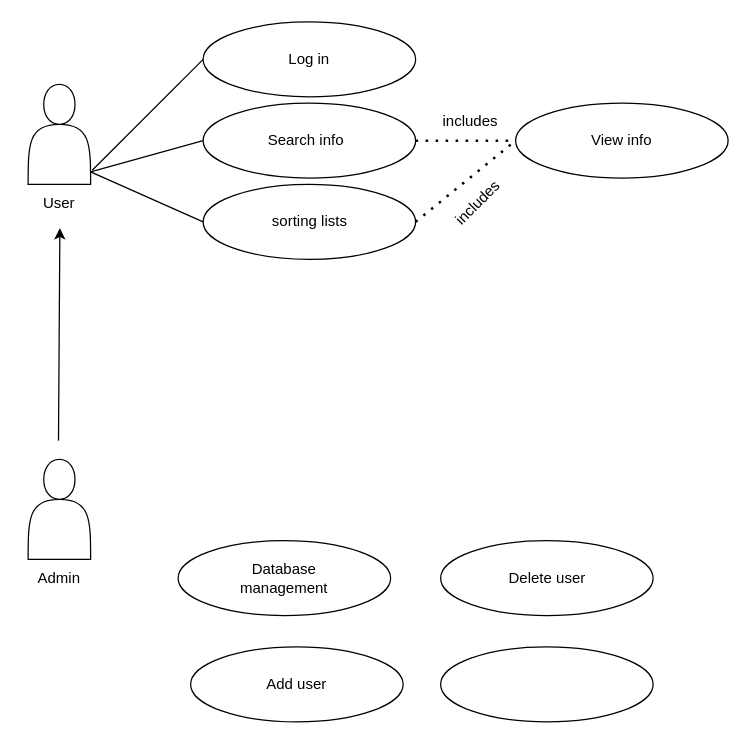
The draw.io diagram Use Cases.drawio in EthanKB1/Software-Engineering-Project, before the edit. Source tidied: cells renumbered, new cells numbered last; positions are measured from the earlier drawing's top-left corner, leaving out a move shared by most shapes. Both pictures are drawn from the tidied source at 125%, with x=0, y=0 at pixel (21, 21).
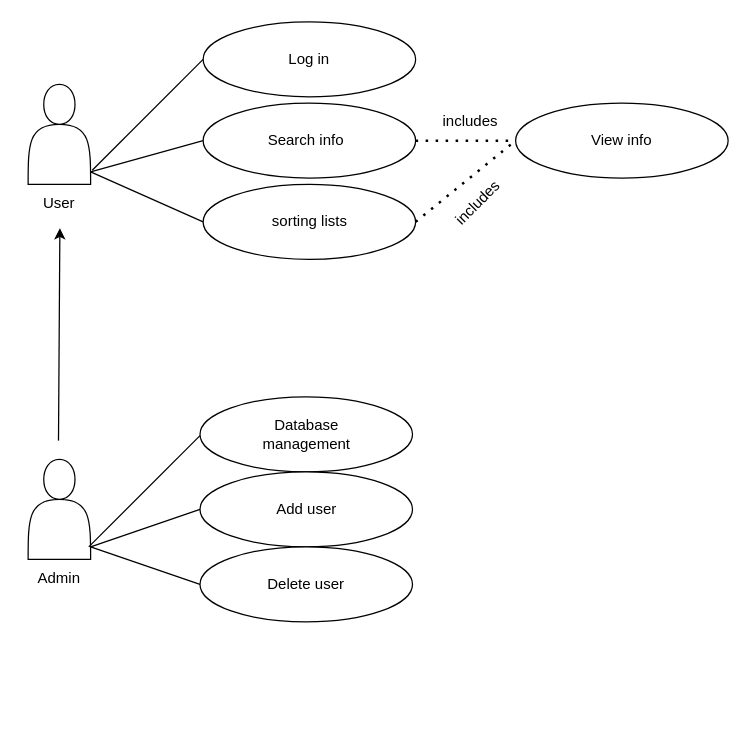
After the change.

The edit, as a diff of the source:
```diff
@@
     <mxCell id="21" style="ellipse;whiteSpace=wrap;html=1;" parent="1" vertex="1">
-      <mxGeometry x="125" y="415" width="170" height="60" as="geometry" />
+      <mxGeometry x="142.5" y="300" width="170" height="60" as="geometry" />
     </mxCell>
     <mxCell id="22" value="Database management" style="text;html=1;align=center;verticalAlign=middle;whiteSpace=wrap;rounded=0;" parent="1" vertex="1">
-      <mxGeometry x="160" y="430" width="100" height="30" as="geometry" />
+      <mxGeometry x="177.5" y="315" width="100" height="30" as="geometry" />
     </mxCell>
     <mxCell id="23" style="ellipse;whiteSpace=wrap;html=1;" parent="1" vertex="1">
-      <mxGeometry x="135" y="500" width="170" height="60" as="geometry" />
+      <mxGeometry x="142.5" y="360" width="170" height="60" as="geometry" />
     </mxCell>
     <mxCell id="24" value="Add user" style="text;html=1;align=center;verticalAlign=middle;whiteSpace=wrap;rounded=0;" parent="1" vertex="1">
-      <mxGeometry x="190" y="515" width="60" height="30" as="geometry" />
+      <mxGeometry x="197.5" y="375" width="60" height="30" as="geometry" />
     </mxCell>
     <mxCell id="25" style="ellipse;whiteSpace=wrap;html=1;" parent="1" vertex="1">
-      <mxGeometry x="335" y="415" width="170" height="60" as="geometry" />
+      <mxGeometry x="142.5" y="420" width="170" height="60" as="geometry" />
     </mxCell>
     <mxCell id="26" value="Delete user" style="text;html=1;align=center;verticalAlign=middle;whiteSpace=wrap;rounded=0;" parent="1" vertex="1">
-      <mxGeometry x="387.5" y="430" width="65" height="30" as="geometry" />
+      <mxGeometry x="195" y="435" width="65" height="30" as="geometry" />
     </mxCell>
-    <mxCell id="27" style="ellipse;whiteSpace=wrap;html=1;" parent="1" vertex="1">
-      <mxGeometry x="335" y="500" width="170" height="60" as="geometry" />
-    </mxCell>
@@
+    <mxCell id="29" style="endArrow=none;html=1;rounded=0;exitX=1.026;exitY=0.859;exitDx=0;exitDy=0;exitPerimeter=0;" parent="1" edge="1">
+      <mxGeometry relative="1" as="geometry">
+        <mxPoint x="53.5" y="420" as="sourcePoint" />
+        <mxPoint x="142.5" y="331" as="targetPoint" />
+      </mxGeometry>
+    </mxCell>
+    <mxCell id="30" style="endArrow=none;html=1;rounded=0;entryX=0;entryY=0.5;entryDx=0;entryDy=0;" parent="1" edge="1" target="23">
+      <mxGeometry relative="1" as="geometry">
+        <mxPoint x="55" y="420" as="sourcePoint" />
+      </mxGeometry>
+    </mxCell>
+    <mxCell id="31" style="endArrow=none;html=1;rounded=0;" parent="1" edge="1">
+      <mxGeometry relative="1" as="geometry">
+        <mxPoint x="55" y="420" as="sourcePoint" />
+        <mxPoint x="142.5" y="450" as="targetPoint" />
+      </mxGeometry>
+    </mxCell>
```
